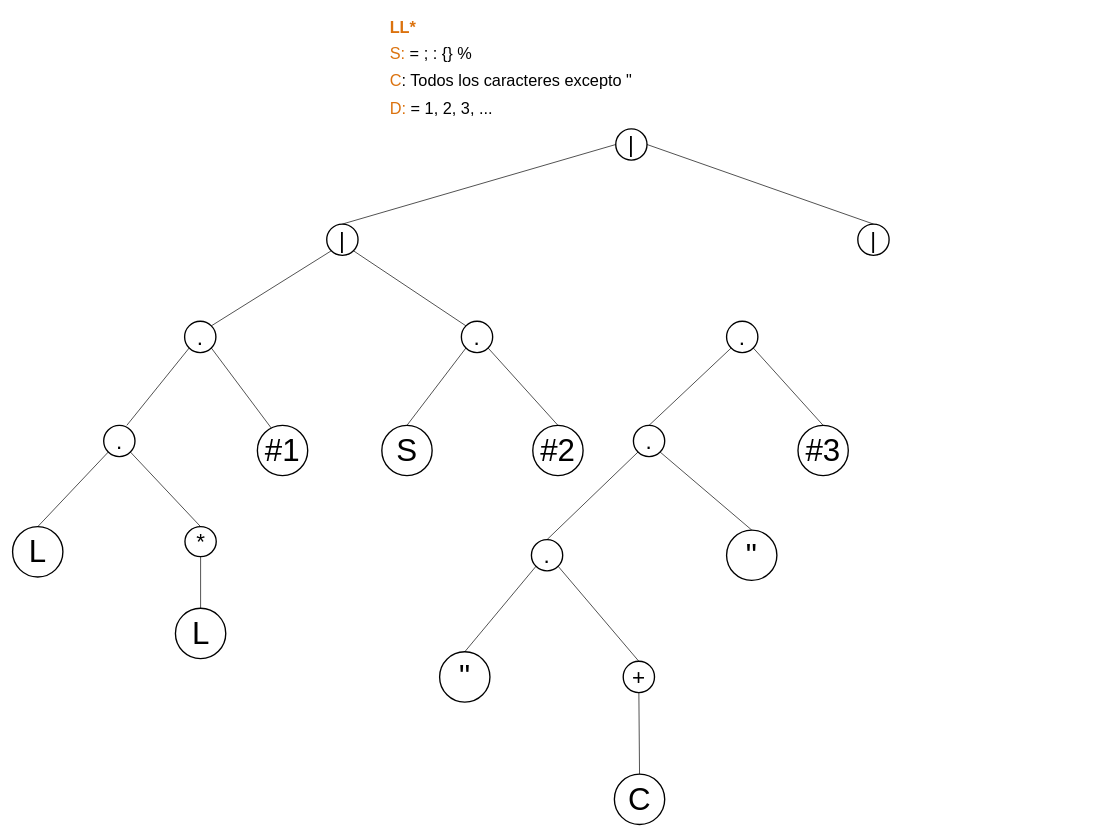
This is Proyecto1/Documentación/Manual Tecnico/Diagrama sin título.drawio from Farot3/-LFP-2S24Proyectos_202307820, a draw.io file, before an edit. Source tidied: cells renumbered, new cells numbered last; positions are measured from the earlier drawing's top-left corner, leaving out a move shared by most shapes. Both pictures are drawn from the tidied source at 68%, with x=0, y=0 at pixel (12, 12).
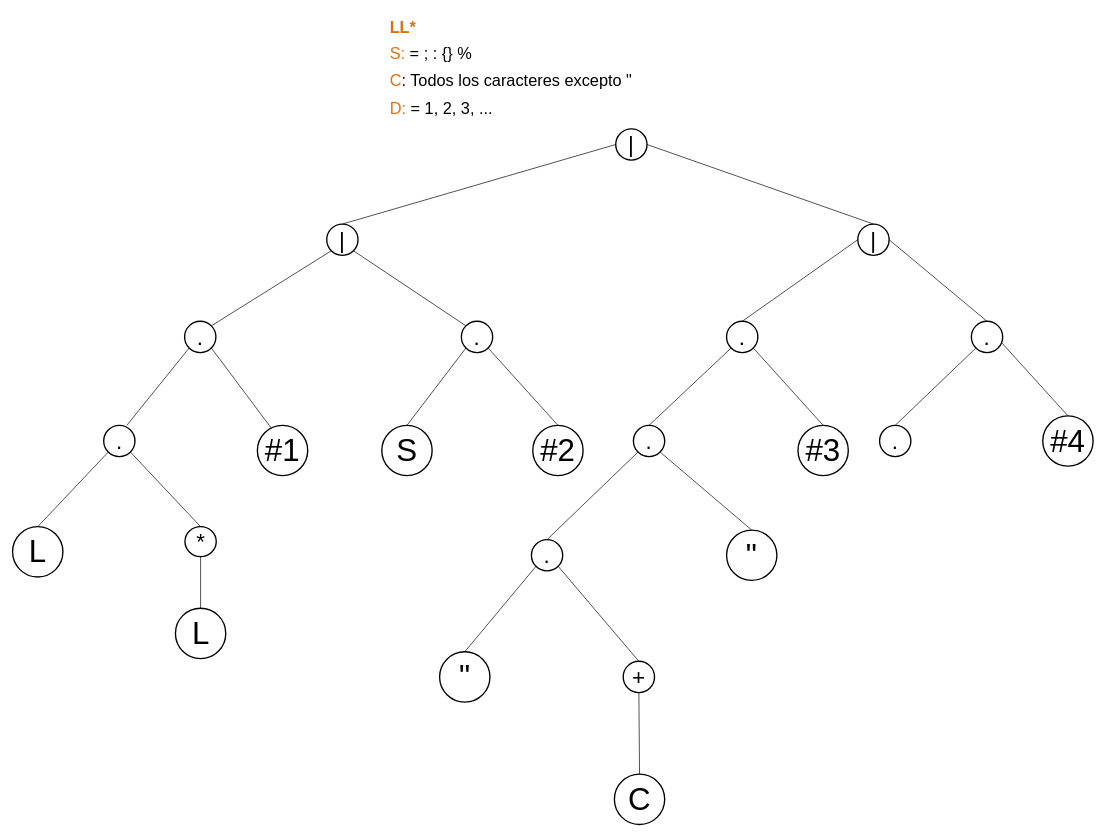
The same page after the edit.

Unchanged cells that the change refers to:
```xml
<mxCell id="42" value="|" style="strokeWidth=2;html=1;shape=mxgraph.flowchart.start_2;whiteSpace=wrap;direction=south;fontSize=33;" parent="1" vertex="1">
  <mxGeometry x="1243" y="312" width="46" height="46" as="geometry" />
</mxCell>
```

What changed in the source:
```diff
@@
+    <mxCell id="26" value="." style="strokeWidth=2;html=1;shape=mxgraph.flowchart.start_2;whiteSpace=wrap;direction=south;fontSize=33;" parent="1" vertex="1">
+      <mxGeometry x="1050" y="455" width="46" height="46" as="geometry" />
+    </mxCell>
@@
-    <mxCell id="26" value="." style="strokeWidth=2;html=1;shape=mxgraph.flowchart.start_2;whiteSpace=wrap;direction=south;fontSize=33;" parent="1" vertex="1">
-      <mxGeometry x="1050" y="455" width="46" height="46" as="geometry" />
-    </mxCell>
@@
+    <mxCell id="44" style="endArrow=none;html=1;rounded=0;strokeColor=default;align=center;verticalAlign=middle;fontFamily=Helvetica;fontSize=11;fontColor=default;labelBackgroundColor=default;edgeStyle=none;exitX=0;exitY=0.5;exitDx=0;exitDy=0;exitPerimeter=0;entryX=0.5;entryY=1;entryDx=0;entryDy=0;entryPerimeter=0;" parent="1" edge="1" source="26" target="42">
+      <mxGeometry relative="1" as="geometry" />
+    </mxCell>
+    <mxCell id="45" value="." style="strokeWidth=2;html=1;shape=mxgraph.flowchart.start_2;whiteSpace=wrap;direction=south;fontSize=33;" parent="1" vertex="1">
+      <mxGeometry x="1410" y="455" width="46" height="46" as="geometry" />
+    </mxCell>
+    <mxCell id="46" style="endArrow=none;html=1;rounded=0;strokeColor=default;align=center;verticalAlign=middle;fontFamily=Helvetica;fontSize=11;fontColor=default;labelBackgroundColor=default;edgeStyle=none;entryX=0.5;entryY=0;entryDx=0;entryDy=0;entryPerimeter=0;exitX=0;exitY=0.5;exitDx=0;exitDy=0;exitPerimeter=0;" parent="1" edge="1" source="45" target="42">
+      <mxGeometry relative="1" as="geometry" />
+    </mxCell>
+    <mxCell id="47" value="#4" style="strokeWidth=2;html=1;shape=mxgraph.flowchart.start_2;whiteSpace=wrap;direction=south;fontSize=46;" parent="1" vertex="1">
+      <mxGeometry x="1515" y="594" width="74" height="74" as="geometry" />
+    </mxCell>
+    <mxCell id="48" style="endArrow=none;html=1;rounded=0;strokeColor=default;align=center;verticalAlign=middle;fontFamily=Helvetica;fontSize=11;fontColor=default;labelBackgroundColor=default;edgeStyle=none;exitX=0;exitY=0.5;exitDx=0;exitDy=0;exitPerimeter=0;entryX=0.696;entryY=0.022;entryDx=0;entryDy=0;entryPerimeter=0;" parent="1" edge="1" source="47" target="45">
+      <mxGeometry relative="1" as="geometry" />
+    </mxCell>
+    <mxCell id="49" value="." style="strokeWidth=2;html=1;shape=mxgraph.flowchart.start_2;whiteSpace=wrap;direction=south;fontSize=33;" parent="1" vertex="1">
+      <mxGeometry x="1275" y="608" width="46" height="46" as="geometry" />
+    </mxCell>
+    <mxCell id="50" style="endArrow=none;html=1;rounded=0;strokeColor=default;align=center;verticalAlign=middle;fontFamily=Helvetica;fontSize=11;fontColor=default;labelBackgroundColor=default;edgeStyle=none;exitX=0;exitY=0.5;exitDx=0;exitDy=0;exitPerimeter=0;entryX=0.855;entryY=0.855;entryDx=0;entryDy=0;entryPerimeter=0;" parent="1" edge="1" source="49" target="45">
+      <mxGeometry relative="1" as="geometry" />
+    </mxCell>
```
